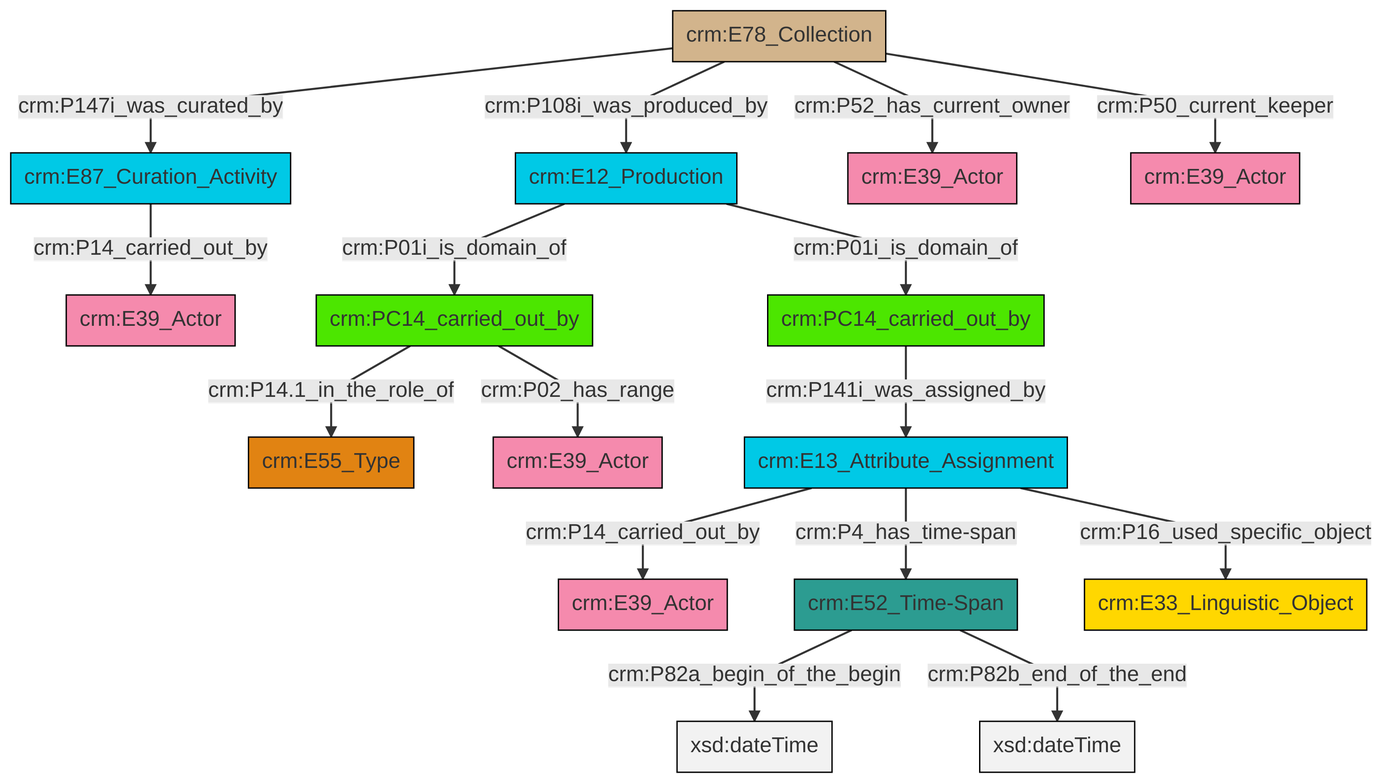
swiss-art-research-net/docs.swissartresearch keeps this Mermaid diagram as et/archivalCSV/ttl/mmd/png/archival_relation.png. Above is the earlier version. Its source is kept beside it as et/archivalCSV/ttl/mmd/archival_relation.ttl.mmd.
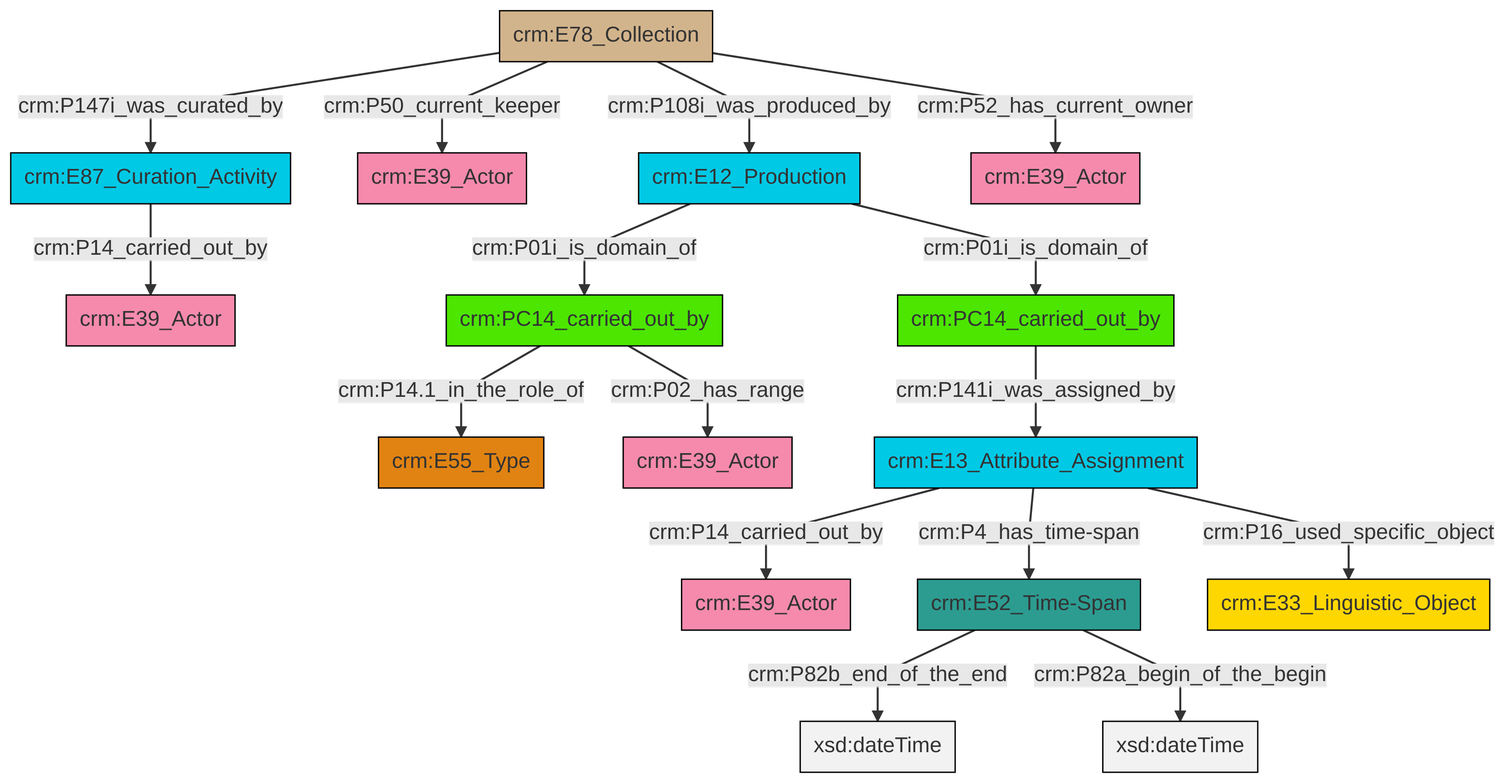
The same diagram one commit later.

The edit, as a diff of the source:
```diff
@@ -13,18 +13,18 @@
 classDef PC_Classes fill:#4ce600, stroke:#000000;
 classDef Multi fill:#cccccc,stroke:#000000;
 
-6["crm:E52_Time-Span"]:::Time-Span -->|crm:P82a_begin_of_the_begin| 7[xsd:dateTime]:::Literal
-8["crm:E78_Collection"]:::Physical_Thing -->|crm:P147i_was_curated_by| 9["crm:E87_Curation_Activity"]:::Temporal_Entity
-6["crm:E52_Time-Span"]:::Time-Span -->|crm:P82b_end_of_the_end| 12[xsd:dateTime]:::Literal
-4["crm:E12_Production"]:::Temporal_Entity -->|crm:P01i_is_domain_of| 15["crm:PC14_carried_out_by"]:::PC_Classes
-17["crm:E13_Attribute_Assignment"]:::Temporal_Entity -->|crm:P14_carried_out_by| 18["crm:E39_Actor"]:::Actor
-15["crm:PC14_carried_out_by"]:::PC_Classes -->|crm:P14.1_in_the_role_of| 13["crm:E55_Type"]:::Type
-8["crm:E78_Collection"]:::Physical_Thing -->|crm:P108i_was_produced_by| 4["crm:E12_Production"]:::Temporal_Entity
-17["crm:E13_Attribute_Assignment"]:::Temporal_Entity -->|crm:P4_has_time-span| 6["crm:E52_Time-Span"]:::Time-Span
-8["crm:E78_Collection"]:::Physical_Thing -->|crm:P52_has_current_owner| 0["crm:E39_Actor"]:::Actor
-15["crm:PC14_carried_out_by"]:::PC_Classes -->|crm:P02_has_range| 22["crm:E39_Actor"]:::Actor
-9["crm:E87_Curation_Activity"]:::Temporal_Entity -->|crm:P14_carried_out_by| 10["crm:E39_Actor"]:::Actor
-17["crm:E13_Attribute_Assignment"]:::Temporal_Entity -->|crm:P16_used_specific_object| 19["crm:E33_Linguistic_Object"]:::Conceptual_Object
-4["crm:E12_Production"]:::Temporal_Entity -->|crm:P01i_is_domain_of| 27["crm:PC14_carried_out_by"]:::PC_Classes
-8["crm:E78_Collection"]:::Physical_Thing -->|crm:P50_current_keeper| 2["crm:E39_Actor"]:::Actor
-27["crm:PC14_carried_out_by"]:::PC_Classes -->|crm:P141i_was_assigned_by| 17["crm:E13_Attribute_Assignment"]:::Temporal_Entity
+4["crm:E78_Collection"]:::Physical_Thing -->|crm:P147i_was_curated_by| 2["crm:E87_Curation_Activity"]:::Temporal_Entity
+5["crm:E12_Production"]:::Temporal_Entity -->|crm:P01i_is_domain_of| 6["crm:PC14_carried_out_by"]:::PC_Classes
+6["crm:PC14_carried_out_by"]:::PC_Classes -->|crm:P14.1_in_the_role_of| 8["crm:E55_Type"]:::Type
+9["crm:E13_Attribute_Assignment"]:::Temporal_Entity -->|crm:P14_carried_out_by| 10["crm:E39_Actor"]:::Actor
+6["crm:PC14_carried_out_by"]:::PC_Classes -->|crm:P02_has_range| 13["crm:E39_Actor"]:::Actor
+9["crm:E13_Attribute_Assignment"]:::Temporal_Entity -->|crm:P4_has_time-span| 15["crm:E52_Time-Span"]:::Time-Span
+4["crm:E78_Collection"]:::Physical_Thing -->|crm:P50_current_keeper| 0["crm:E39_Actor"]:::Actor
+15["crm:E52_Time-Span"]:::Time-Span -->|crm:P82b_end_of_the_end| 17[xsd:dateTime]:::Literal
+5["crm:E12_Production"]:::Temporal_Entity -->|crm:P01i_is_domain_of| 18["crm:PC14_carried_out_by"]:::PC_Classes
+4["crm:E78_Collection"]:::Physical_Thing -->|crm:P108i_was_produced_by| 5["crm:E12_Production"]:::Temporal_Entity
+9["crm:E13_Attribute_Assignment"]:::Temporal_Entity -->|crm:P16_used_specific_object| 23["crm:E33_Linguistic_Object"]:::Conceptual_Object
+2["crm:E87_Curation_Activity"]:::Temporal_Entity -->|crm:P14_carried_out_by| 20["crm:E39_Actor"]:::Actor
+4["crm:E78_Collection"]:::Physical_Thing -->|crm:P52_has_current_owner| 26["crm:E39_Actor"]:::Actor
+15["crm:E52_Time-Span"]:::Time-Span -->|crm:P82a_begin_of_the_begin| 27[xsd:dateTime]:::Literal
+18["crm:PC14_carried_out_by"]:::PC_Classes -->|crm:P141i_was_assigned_by| 9["crm:E13_Attribute_Assignment"]:::Temporal_Entity
```
